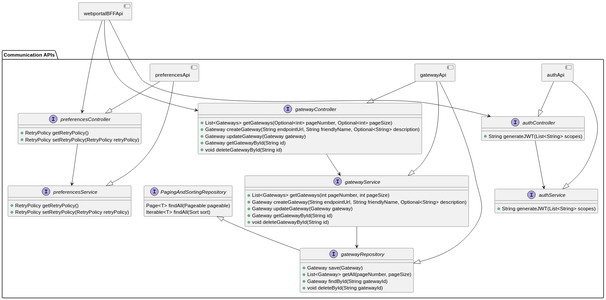
CameronWard301/communication_scheduler keeps this PlantUML diagram as Designs/Images/System Context/Components/AuthPreferencesGatewayApiInterfaces.svg. Above is the earlier version.
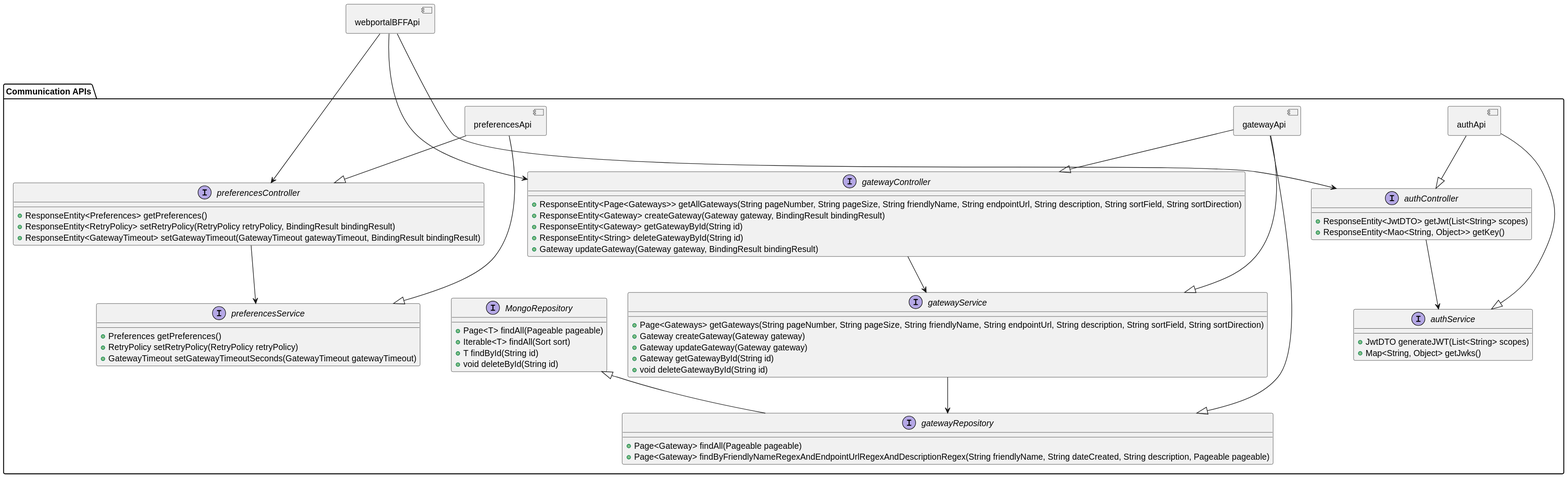
The same diagram one commit later.

The edit, as a diff of the source:
```diff
@@ -10,32 +10,32 @@
     }
 
     interface gatewayController {
-        + List<Gateways> getGateways(Optional<int> pageNumber, Optional<int> pageSize)
-        + Gateway createGateway(String endpointUrl, String friendlyName, Optional<String> description)
+            + ResponseEntity<Page<Gateways>> getAllGateways(String pageNumber, String pageSize, String friendlyName, String endpointUrl, String description, String sortField, String sortDirection)
+            + ResponseEntity<Gateway> createGateway(Gateway gateway, BindingResult bindingResult)
+            + ResponseEntity<Gateway> getGatewayById(String id)
+            + ResponseEntity<String> deleteGatewayById(String id)
+            + Gateway updateGateway(Gateway gateway, BindingResult bindingResult)
+        }
+
+    interface gatewayService {
+        + Page<Gateways> getGateways(String pageNumber, String pageSize, String friendlyName, String endpointUrl, String description, String sortField, String sortDirection)
+        + Gateway createGateway(Gateway gateway)
         + Gateway updateGateway(Gateway gateway)
         + Gateway getGatewayById(String id)
         + void deleteGatewayById(String id)
     }
 
-    interface gatewayService {
-        + List<Gateways> getGateways(int pageNumber, int pageSize)
-        + Gateway createGateway(String endpointUrl, String friendlyName, Optional<String> description)
-        + Gateway updateGateway(Gateway gateway)
-        + Gateway getGatewayById(String id)
-        + void deleteGatewayById(String id)
-    }
-
-    interface PagingAndSortingRepository {
-        Page<T> findAll(Pageable pageable)
-        Iterable<T> findAll(Sort sort)
+    interface MongoRepository {
+        + Page<T> findAll(Pageable pageable)
+        + Iterable<T> findAll(Sort sort)
+        + T findById(String id)
+        + void deleteById(String id)
     }
 
 
-    interface gatewayRepository extends PagingAndSortingRepository {
-        + Gateway save(Gateway)
-        + List<Gateway> getAll(pageNumber, pageSize)
-        + Gateway findById(String gatewayId)
-        + void deleteById(String gatewayId)
+    interface gatewayRepository extends MongoRepository {
+        + Page<Gateway> findAll(Pageable pageable)
+        + Page<Gateway> findByFriendlyNameRegexAndEndpointUrlRegexAndDescriptionRegex(String friendlyName, String dateCreated, String description, Pageable pageable)
     }
 
     gatewayApi --|> gatewayService
@@ -49,13 +49,15 @@
     }
 
     interface preferencesController {
-        + RetryPolicy getRetryPolicy()
-        + RetryPolicy setRetryPolicy(RetryPolicy retryPolicy)
+        + ResponseEntity<Preferences> getPreferences()
+        + ResponseEntity<RetryPolicy> setRetryPolicy(RetryPolicy retryPolicy, BindingResult bindingResult)
+        + ResponseEntity<GatewayTimeout> setGatewayTimeout(GatewayTimeout gatewayTimeout, BindingResult bindingResult)
     }
 
     interface preferencesService {
-        + RetryPolicy getRetryPolicy()
+        + Preferences getPreferences()
         + RetryPolicy setRetryPolicy(RetryPolicy retryPolicy)
+        + GatewayTimeout setGatewayTimeoutSeconds(GatewayTimeout gatewayTimeout)
     }
 
     preferencesApi --|> preferencesService
@@ -67,11 +69,13 @@
     }
 
     interface authController {
-        + String generateJWT(List<String> scopes)
+        + ResponseEntity<JwtDTO> getJwt(List<String> scopes)
+        + ResponseEntity<Mao<String, Object>> getKey()
     }
 
     interface authService {
-        + String generateJWT(List<String> scopes)
+        + JwtDTO generateJWT(List<String> scopes)
+        + Map<String, Object> getJwks()
     }
 
     authApi --|> authService
```
